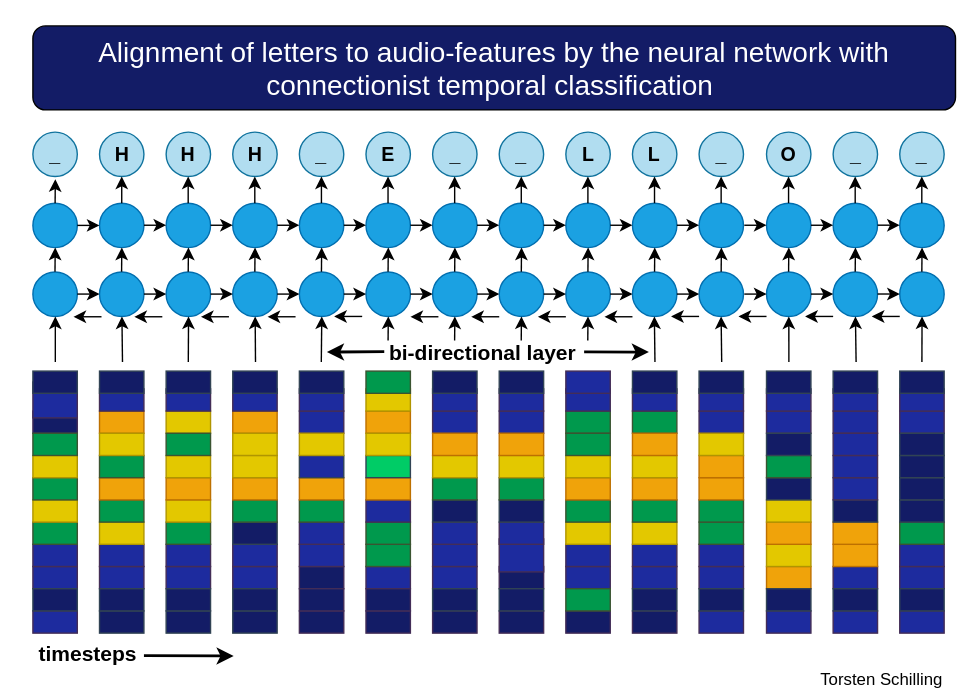
Before: img/RNN+CTC.drawio.svg, a diagram exported from draw.io (to-schi/ASR-Deepspeech2-Tensorflow). Source tidied: cells renumbered, new cells last; positions are measured from the earlier drawing's top-left corner, leaving out a move shared by most shapes.
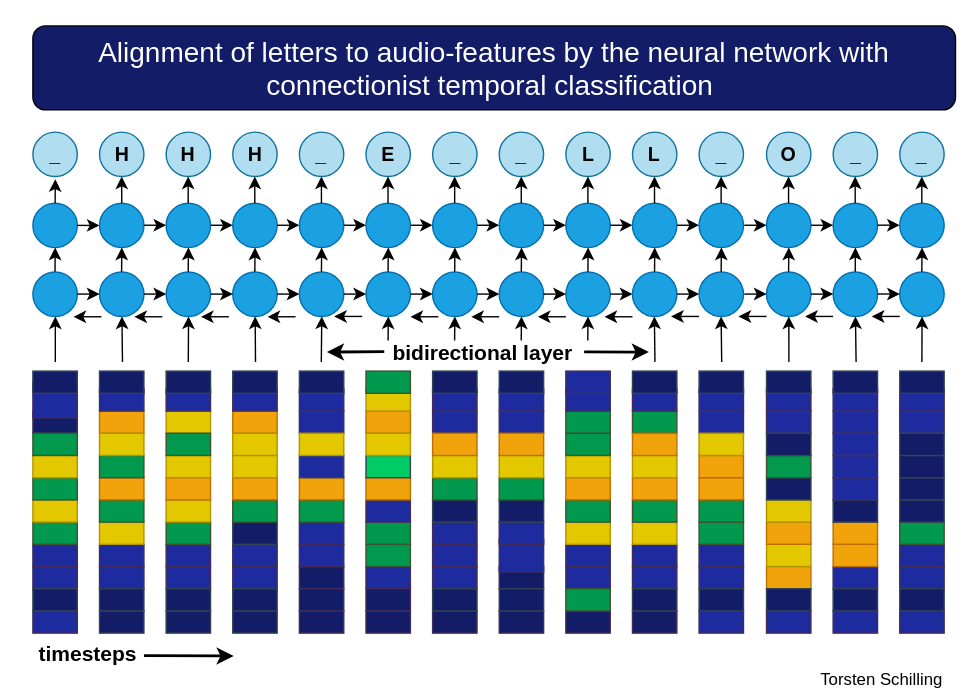
After the change.

Diff of the diagram source:
```diff
@@ -1135,7 +1135,7 @@
     <mxCell id="292" style="group;" parent="1" vertex="1">
       <mxGeometry x="211" y="223" width="230" height="20" as="geometry" />
     </mxCell>
-    <mxCell id="293" value="&lt;b&gt;&lt;font style=&quot;font-size: 15px&quot;&gt;bi-directional layer&lt;/font&gt;&lt;/b&gt;" style="text;html=1;align=center;verticalAlign=middle;strokeColor=none;fillColor=none;" parent="292" vertex="1">
+    <mxCell id="293" value="&lt;b&gt;&lt;font style=&quot;font-size: 15px&quot;&gt;bidirectional layer&lt;/font&gt;&lt;/b&gt;" style="text;html=1;align=center;verticalAlign=middle;strokeColor=none;fillColor=none;" parent="292" vertex="1">
       <mxGeometry x="40.7" width="140" height="20" as="geometry" />
     </mxCell>
     <mxCell id="294" style="endArrow=classic;html=1;rounded=0;fontSize=14;strokeWidth=2;" parent="292" edge="1">
```
